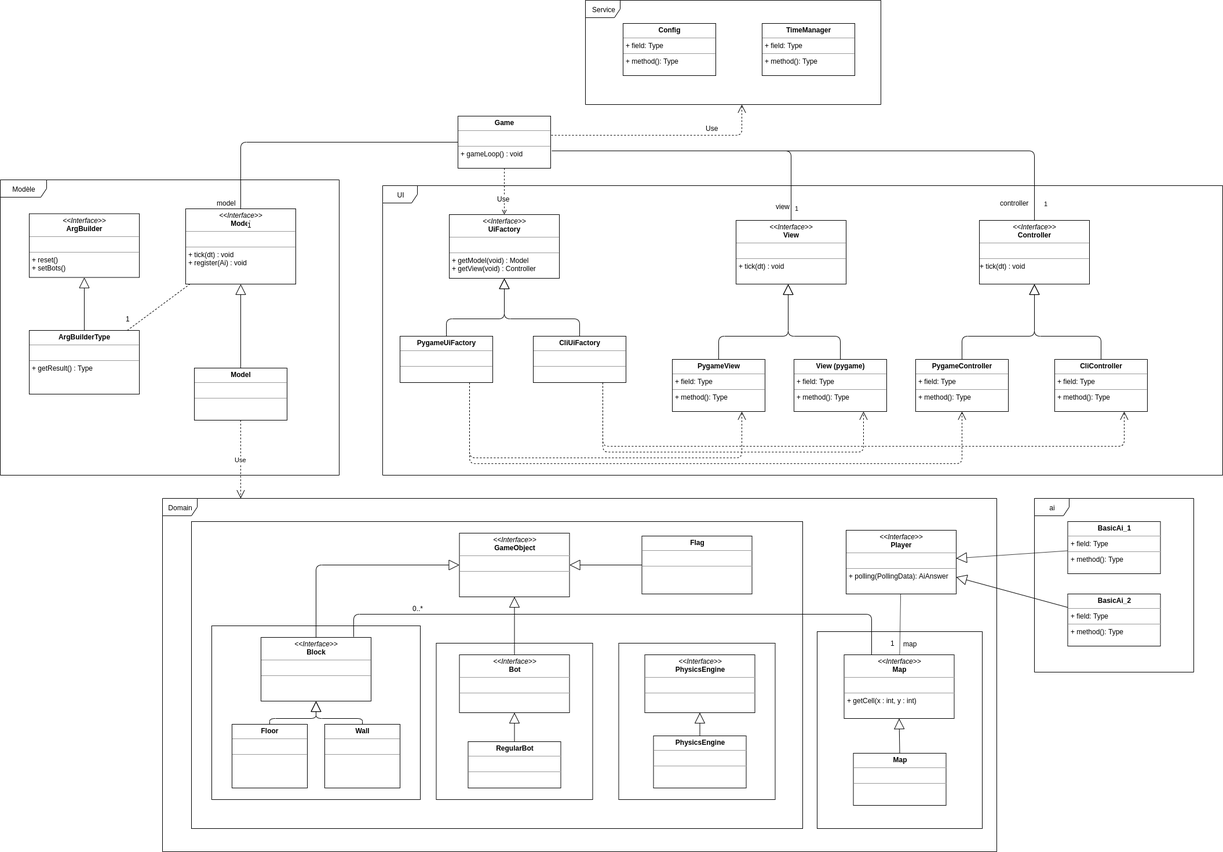
Above: organiz/architecture/first_draft.png in chocorion/ia-capture-the-flag (draw.io), before the change. Source tidied: cells renumbered, new cells last; positions are measured from the earlier drawing's top-left corner, leaving out a move shared by most shapes.
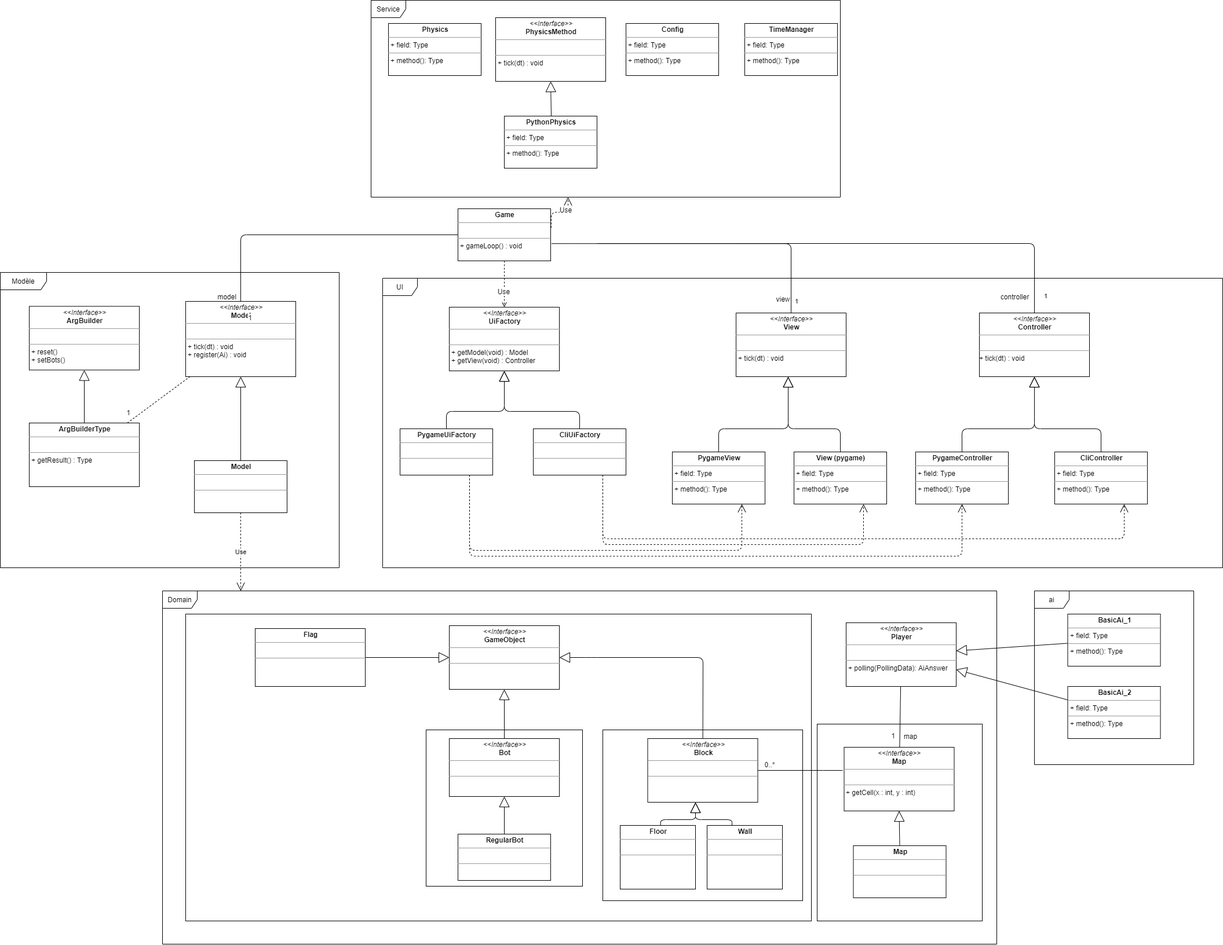
After the commit.

Commit message:
Update Architecture first draft

Diff of the diagram source:
```diff
@@ -6,7 +6,7 @@
       <mxGeometry x="280" y="860" width="1440" height="610" as="geometry" />
     </mxCell>
     <mxCell id="3" style="rounded=0;whiteSpace=wrap;html=1;" parent="1" vertex="1">
-      <mxGeometry x="330" y="900" width="1055" height="530" as="geometry" />
+      <mxGeometry x="320" y="900" width="1080" height="530" as="geometry" />
     </mxCell>
     <mxCell id="4" value="ai" style="shape=umlFrame;whiteSpace=wrap;html=1;" parent="1" vertex="1">
       <mxGeometry x="1785" y="860" width="275" height="300" as="geometry" />
@@ -15,16 +15,13 @@
       <mxGeometry x="1410" y="1090" width="285" height="340" as="geometry" />
     </mxCell>
     <mxCell id="6" style="rounded=0;whiteSpace=wrap;html=1;" parent="1" vertex="1">
-      <mxGeometry x="365" y="1080" width="360" height="300" as="geometry" />
+      <mxGeometry x="1040" y="1100" width="345" height="295" as="geometry" />
     </mxCell>
-    <mxCell id="7" style="whiteSpace=wrap;html=1;" parent="1" vertex="1">
-      <mxGeometry x="1067.5" y="1110" width="270" height="270" as="geometry" />
-    </mxCell>
     <mxCell id="8" value="Modèle" style="shape=umlFrame;whiteSpace=wrap;html=1;width=80;height=30;" parent="1" vertex="1">
       <mxGeometry y="310" width="585" height="510" as="geometry" />
     </mxCell>
     <mxCell id="9" style="whiteSpace=wrap;html=1;" parent="1" vertex="1">
-      <mxGeometry x="752.5" y="1110" width="270" height="270" as="geometry" />
+      <mxGeometry x="735" y="1100" width="270" height="270" as="geometry" />
     </mxCell>
     <mxCell id="10" value="UI" style="shape=umlFrame;whiteSpace=wrap;html=1;" parent="1" vertex="1">
       <mxGeometry x="660" y="320" width="1450" height="500" as="geometry" />
@@ -39,14 +36,11 @@
       <mxGeometry x="1270" y="380" width="190" height="110" as="geometry" />
     </mxCell>
     <mxCell id="14" value="&lt;p style=&quot;margin: 0px ; margin-top: 4px ; text-align: center&quot;&gt;&lt;i&gt;&amp;lt;&amp;lt;Interface&amp;gt;&amp;gt;&lt;/i&gt;&lt;br&gt;&lt;b&gt;Bot&lt;/b&gt;&lt;/p&gt;&lt;hr size=&quot;1&quot;&gt;&lt;br&gt;&lt;hr size=&quot;1&quot;&gt;&lt;p style=&quot;margin: 0px ; margin-left: 4px&quot;&gt;&lt;br&gt;&lt;/p&gt;" style="verticalAlign=top;align=left;overflow=fill;fontSize=12;fontFamily=Helvetica;html=1;" parent="1" vertex="1">
-      <mxGeometry x="792.5" y="1130" width="190" height="100" as="geometry" />
+      <mxGeometry x="775" y="1115" width="190" height="100" as="geometry" />
     </mxCell>
     <mxCell id="15" value="&lt;p style=&quot;margin: 0px ; margin-top: 4px ; text-align: center&quot;&gt;&lt;b&gt;Game&lt;/b&gt;&lt;/p&gt;&lt;hr size=&quot;1&quot;&gt;&lt;p style=&quot;margin: 0px ; margin-left: 4px&quot;&gt;&lt;br&gt;&lt;/p&gt;&lt;hr size=&quot;1&quot;&gt;&lt;p style=&quot;margin: 0px ; margin-left: 4px&quot;&gt;+ gameLoop() : void&lt;br&gt;&lt;/p&gt;" style="verticalAlign=top;align=left;overflow=fill;fontSize=12;fontFamily=Helvetica;html=1;" parent="1" vertex="1">
       <mxGeometry x="790" y="200" width="160" height="90" as="geometry" />
     </mxCell>
-    <mxCell id="16" value="&lt;p style=&quot;margin: 0px ; margin-top: 4px ; text-align: center&quot;&gt;&lt;i&gt;&amp;lt;&amp;lt;Interface&amp;gt;&amp;gt;&lt;/i&gt;&lt;br&gt;&lt;b&gt;PhysicsEngine&lt;/b&gt;&lt;/p&gt;&lt;hr size=&quot;1&quot;&gt;&lt;p style=&quot;margin: 0px ; margin-left: 4px&quot;&gt;&lt;br&gt;&lt;/p&gt;&lt;hr size=&quot;1&quot;&gt;&lt;p style=&quot;margin: 0px ; margin-left: 4px&quot;&gt;&lt;br&gt;&lt;/p&gt;" style="verticalAlign=top;align=left;overflow=fill;fontSize=12;fontFamily=Helvetica;html=1;" parent="1" vertex="1">
-      <mxGeometry x="1112.5" y="1130" width="190" height="100" as="geometry" />
-    </mxCell>
     <mxCell id="17" value="&lt;p style=&quot;margin: 0px ; margin-top: 4px ; text-align: center&quot;&gt;&lt;i&gt;&amp;lt;&amp;lt;Interface&amp;gt;&amp;gt;&lt;/i&gt;&lt;br&gt;&lt;b&gt;Map&lt;/b&gt;&lt;/p&gt;&lt;hr size=&quot;1&quot;&gt;&lt;p style=&quot;margin: 0px ; margin-left: 4px&quot;&gt;&lt;br&gt;&lt;/p&gt;&lt;hr size=&quot;1&quot;&gt;&lt;p style=&quot;margin: 0px ; margin-left: 4px&quot;&gt;+ getCell(x : int, y : int)&lt;br&gt;&lt;/p&gt;" style="verticalAlign=top;align=left;overflow=fill;fontSize=12;fontFamily=Helvetica;html=1;" parent="1" vertex="1">
       <mxGeometry x="1456.5" y="1130" width="190" height="110" as="geometry" />
     </mxCell>
@@ -97,16 +91,8 @@
         <mxPoint x="-10" y="-1" as="offset" />
       </mxGeometry>
     </mxCell>
-    <mxCell id="28" value="&lt;p style=&quot;margin: 0px ; margin-top: 4px ; text-align: center&quot;&gt;&lt;b&gt;PhysicsEngine&lt;/b&gt;&lt;br&gt;&lt;/p&gt;&lt;hr size=&quot;1&quot;&gt;&lt;p style=&quot;margin: 0px ; margin-left: 4px&quot;&gt;&lt;br&gt;&lt;/p&gt;&lt;hr size=&quot;1&quot;&gt;&lt;p style=&quot;margin: 0px ; margin-left: 4px&quot;&gt;&lt;br&gt;&lt;/p&gt;" style="verticalAlign=top;align=left;overflow=fill;fontSize=12;fontFamily=Helvetica;html=1;" parent="1" vertex="1">
-      <mxGeometry x="1127.5" y="1270" width="160" height="90" as="geometry" />
-    </mxCell>
-    <mxCell id="29" style="endArrow=block;endSize=16;endFill=0;html=1;entryX=0.5;entryY=1;entryDx=0;entryDy=0;exitX=0.5;exitY=0;exitDx=0;exitDy=0;" parent="1" edge="1" source="28" target="16">
-      <mxGeometry x="-0.1" y="40" relative="1" as="geometry">
-        <mxPoint y="1" as="offset" />
-      </mxGeometry>
-    </mxCell>
     <mxCell id="30" value="&lt;p style=&quot;margin: 0px ; margin-top: 4px ; text-align: center&quot;&gt;&lt;b&gt;RegularBot&lt;/b&gt;&lt;br&gt;&lt;/p&gt;&lt;hr size=&quot;1&quot;&gt;&lt;br&gt;&lt;hr size=&quot;1&quot;&gt;&lt;p style=&quot;margin: 0px ; margin-left: 4px&quot;&gt;&lt;br&gt;&lt;/p&gt;" style="verticalAlign=top;align=left;overflow=fill;fontSize=12;fontFamily=Helvetica;html=1;" parent="1" vertex="1">
-      <mxGeometry x="807.5" y="1280" width="160" height="80" as="geometry" />
+      <mxGeometry x="790" y="1280" width="160" height="80" as="geometry" />
     </mxCell>
     <mxCell id="31" value="&lt;p style=&quot;margin: 0px ; margin-top: 4px ; text-align: center&quot;&gt;&lt;b&gt;Map&lt;/b&gt;&lt;br&gt;&lt;/p&gt;&lt;hr size=&quot;1&quot;&gt;&lt;p style=&quot;margin: 0px ; margin-left: 4px&quot;&gt;&lt;br&gt;&lt;/p&gt;&lt;hr size=&quot;1&quot;&gt;&lt;p style=&quot;margin: 0px ; margin-left: 4px&quot;&gt;&lt;br&gt;&lt;/p&gt;" style="verticalAlign=top;align=left;overflow=fill;fontSize=12;fontFamily=Helvetica;html=1;" parent="1" vertex="1">
       <mxGeometry x="1472.5" y="1300" width="160" height="90" as="geometry" />
@@ -242,34 +228,35 @@
       </mxGeometry>
     </mxCell>
     <mxCell id="52" value="Service" style="shape=umlFrame;whiteSpace=wrap;html=1;" parent="1" vertex="1">
-      <mxGeometry x="1010" width="510" height="180" as="geometry" />
+      <mxGeometry x="640" y="-160" width="810" height="340" as="geometry" />
     </mxCell>
     <mxCell id="53" value="&lt;p style=&quot;margin: 0px ; margin-top: 4px ; text-align: center&quot;&gt;&lt;b&gt;Config&lt;/b&gt;&lt;/p&gt;&lt;hr size=&quot;1&quot;&gt;&lt;p style=&quot;margin: 0px ; margin-left: 4px&quot;&gt;+ field: Type&lt;/p&gt;&lt;hr size=&quot;1&quot;&gt;&lt;p style=&quot;margin: 0px ; margin-left: 4px&quot;&gt;+ method(): Type&lt;/p&gt;" style="verticalAlign=top;align=left;overflow=fill;fontSize=12;fontFamily=Helvetica;html=1;" parent="1" vertex="1">
-      <mxGeometry x="1075" y="40" width="160" height="90" as="geometry" />
+      <mxGeometry x="1080" y="-120" width="160" height="90" as="geometry" />
     </mxCell>
     <mxCell id="54" value="&lt;p style=&quot;margin: 0px ; margin-top: 4px ; text-align: center&quot;&gt;&lt;b&gt;TimeManager&lt;/b&gt;&lt;/p&gt;&lt;hr size=&quot;1&quot;&gt;&lt;p style=&quot;margin: 0px ; margin-left: 4px&quot;&gt;+ field: Type&lt;/p&gt;&lt;hr size=&quot;1&quot;&gt;&lt;p style=&quot;margin: 0px ; margin-left: 4px&quot;&gt;+ method(): Type&lt;/p&gt;" style="verticalAlign=top;align=left;overflow=fill;fontSize=12;fontFamily=Helvetica;html=1;" parent="1" vertex="1">
-      <mxGeometry x="1315" y="40" width="160" height="90" as="geometry" />
+      <mxGeometry x="1285" y="-120" width="160" height="90" as="geometry" />
     </mxCell>
     <mxCell id="55" value="&lt;br&gt;" style="endArrow=open;html=1;endSize=12;startArrow=none;startSize=14;startFill=0;edgeStyle=orthogonalEdgeStyle;align=left;verticalAlign=bottom;exitX=1.005;exitY=0.365;exitDx=0;exitDy=0;exitPerimeter=0;endFill=0;dashed=1;" parent="1" edge="1" source="15" target="52">
       <mxGeometry x="0.74" y="-15" relative="1" as="geometry">
         <Array as="points">
-          <mxPoint x="1280" y="233" />
+          <mxPoint x="951" y="206" />
+          <mxPoint x="980" y="206" />
         </Array>
       </mxGeometry>
     </mxCell>
     <mxCell id="56" value="Use" style="text;html=1;align=center;verticalAlign=middle;labelBackgroundColor=#ffffff;" parent="55" vertex="1">
       <mxGeometry x="0.47" y="3" relative="1" as="geometry">
-        <mxPoint x="-4" y="-9.5" as="offset" />
+        <mxPoint x="-2.1" y="-1.6" as="offset" />
       </mxGeometry>
     </mxCell>
     <mxCell id="57" value="&lt;p style=&quot;margin: 0px ; margin-top: 4px ; text-align: center&quot;&gt;&lt;i&gt;&amp;lt;&amp;lt;Interface&amp;gt;&amp;gt;&lt;/i&gt;&lt;br&gt;&lt;b&gt;Block&lt;/b&gt;&lt;/p&gt;&lt;hr size=&quot;1&quot;&gt;&lt;p style=&quot;margin: 0px ; margin-left: 4px&quot;&gt;&lt;br&gt;&lt;/p&gt;&lt;hr size=&quot;1&quot;&gt;&lt;p style=&quot;margin: 0px ; margin-left: 4px&quot;&gt;&lt;br&gt;&lt;br&gt;&lt;/p&gt;" style="verticalAlign=top;align=left;overflow=fill;fontSize=12;fontFamily=Helvetica;html=1;" parent="1" vertex="1">
-      <mxGeometry x="450" y="1100" width="190" height="110" as="geometry" />
+      <mxGeometry x="1117.5" y="1115" width="190" height="110" as="geometry" />
     </mxCell>
-    <mxCell id="58" style="endArrow=none;html=1;exitX=0.25;exitY=0;exitDx=0;exitDy=0;entryX=0.842;entryY=-0.009;entryDx=0;entryDy=0;entryPerimeter=0;" parent="1" edge="1" source="17" target="57">
+    <mxCell id="58" style="endArrow=none;html=1;entryX=1;entryY=0.5;entryDx=0;entryDy=0;" parent="1" edge="1" target="57">
       <mxGeometry relative="1" as="geometry">
+        <mxPoint x="1454" y="1170" as="sourcePoint" />
         <Array as="points">
-          <mxPoint x="1504" y="1060" />
-          <mxPoint x="610" y="1060" />
+          <mxPoint x="1410" y="1170" />
         </Array>
       </mxGeometry>
     </mxCell>
@@ -292,29 +279,11 @@
       </mxGeometry>
     </mxCell>
     <mxCell id="63" value="&lt;p style=&quot;margin: 0px ; margin-top: 4px ; text-align: center&quot;&gt;&lt;b&gt;Floor&lt;/b&gt;&lt;/p&gt;&lt;hr size=&quot;1&quot;&gt;&lt;p style=&quot;margin: 0px ; margin-left: 4px&quot;&gt;&lt;br&gt;&lt;/p&gt;&lt;hr size=&quot;1&quot;&gt;&lt;p style=&quot;margin: 0px ; margin-left: 4px&quot;&gt;&lt;br&gt;&lt;/p&gt;" style="verticalAlign=top;align=left;overflow=fill;fontSize=12;fontFamily=Helvetica;html=1;" parent="1" vertex="1">
-      <mxGeometry x="400" y="1250" width="130" height="110" as="geometry" />
+      <mxGeometry x="1070" y="1265" width="130" height="110" as="geometry" />
     </mxCell>
     <mxCell id="64" value="&lt;p style=&quot;margin: 0px ; margin-top: 4px ; text-align: center&quot;&gt;&lt;b&gt;Wall&lt;/b&gt;&lt;/p&gt;&lt;hr size=&quot;1&quot;&gt;&lt;p style=&quot;margin: 0px ; margin-left: 4px&quot;&gt;&lt;br&gt;&lt;/p&gt;&lt;hr size=&quot;1&quot;&gt;&lt;p style=&quot;margin: 0px ; margin-left: 4px&quot;&gt;&lt;br&gt;&lt;/p&gt;" style="verticalAlign=top;align=left;overflow=fill;fontSize=12;fontFamily=Helvetica;html=1;" parent="1" vertex="1">
-      <mxGeometry x="560" y="1250" width="130" height="110" as="geometry" />
+      <mxGeometry x="1220" y="1265" width="130" height="110" as="geometry" />
     </mxCell>
-    <mxCell id="65" style="endArrow=block;endSize=16;endFill=0;html=1;entryX=0.5;entryY=1;entryDx=0;entryDy=0;exitX=0.5;exitY=0;exitDx=0;exitDy=0;" parent="1" edge="1" source="64" target="57">
-      <mxGeometry x="-0.1" y="40" relative="1" as="geometry">
-        <Array as="points">
-          <mxPoint x="625" y="1240" />
-          <mxPoint x="545" y="1240" />
-        </Array>
-        <mxPoint y="1" as="offset" />
-      </mxGeometry>
-    </mxCell>
-    <mxCell id="66" style="endArrow=block;endSize=16;endFill=0;html=1;entryX=0.5;entryY=1;entryDx=0;entryDy=0;exitX=0.5;exitY=0;exitDx=0;exitDy=0;" parent="1" edge="1" source="63" target="57">
-      <mxGeometry x="-0.1" y="40" relative="1" as="geometry">
-        <Array as="points">
-          <mxPoint x="465" y="1240" />
-          <mxPoint x="545" y="1240" />
-        </Array>
-        <mxPoint y="1" as="offset" />
-      </mxGeometry>
-    </mxCell>
     <mxCell id="67" value="Use" style="endArrow=open;endSize=12;dashed=1;html=1;exitX=0.5;exitY=1;exitDx=0;exitDy=0;" parent="1" edge="1" source="18" target="2">
       <mxGeometry relative="1" as="geometry">
         <Array as="points">
@@ -367,7 +336,7 @@
       </mxGeometry>
     </mxCell>
     <mxCell id="78" value="&lt;p style=&quot;margin: 0px ; margin-top: 4px ; text-align: center&quot;&gt;&lt;i&gt;&amp;lt;&amp;lt;Interface&amp;gt;&amp;gt;&lt;/i&gt;&lt;br&gt;&lt;b&gt;GameObject&lt;/b&gt;&lt;/p&gt;&lt;hr size=&quot;1&quot;&gt;&lt;p style=&quot;margin: 0px ; margin-left: 4px&quot;&gt;&lt;br&gt;&lt;/p&gt;&lt;hr size=&quot;1&quot;&gt;&lt;p style=&quot;margin: 0px ; margin-left: 4px&quot;&gt;&lt;br&gt;&lt;br&gt;&lt;/p&gt;" style="verticalAlign=top;align=left;overflow=fill;fontSize=12;fontFamily=Helvetica;html=1;" parent="1" vertex="1">
-      <mxGeometry x="792.5" y="920" width="190" height="110" as="geometry" />
+      <mxGeometry x="775" y="920" width="190" height="110" as="geometry" />
     </mxCell>
     <mxCell id="79" style="endArrow=block;endSize=16;endFill=0;html=1;" parent="1" edge="1" source="14" target="78">
       <mxGeometry x="-0.1" y="40" relative="1" as="geometry">
@@ -377,18 +346,56 @@
     <mxCell id="80" style="endArrow=block;endSize=16;endFill=0;html=1;" parent="1" edge="1" source="57" target="78">
       <mxGeometry x="-0.1" y="40" relative="1" as="geometry">
         <Array as="points">
-          <mxPoint x="545" y="975" />
+          <mxPoint x="1213" y="975" />
+          <mxPoint x="1020" y="975" />
         </Array>
         <mxPoint y="1" as="offset" />
       </mxGeometry>
     </mxCell>
     <mxCell id="81" value="&lt;p style=&quot;margin: 0px ; margin-top: 4px ; text-align: center&quot;&gt;&lt;b&gt;Flag&lt;/b&gt;&lt;/p&gt;&lt;hr size=&quot;1&quot;&gt;&lt;p style=&quot;margin: 0px ; margin-left: 4px&quot;&gt;&lt;br&gt;&lt;/p&gt;&lt;hr size=&quot;1&quot;&gt;&lt;p style=&quot;margin: 0px ; margin-left: 4px&quot;&gt;&lt;br&gt;&lt;/p&gt;" style="verticalAlign=top;align=left;overflow=fill;fontSize=12;fontFamily=Helvetica;html=1;" parent="1" vertex="1">
-      <mxGeometry x="1107.5" y="925" width="190" height="100" as="geometry" />
+      <mxGeometry x="440" y="925" width="190" height="100" as="geometry" />
     </mxCell>
     <mxCell id="82" style="endArrow=block;endSize=16;endFill=0;html=1;" parent="1" edge="1" source="81" target="78">
       <mxGeometry x="-0.1" y="40" relative="1" as="geometry">
         <mxPoint y="1" as="offset" />
       </mxGeometry>
     </mxCell>
+    <mxCell id="83" value="&lt;p style=&quot;margin: 0px ; margin-top: 4px ; text-align: center&quot;&gt;&lt;b&gt;PythonPhysics&lt;/b&gt;&lt;/p&gt;&lt;hr size=&quot;1&quot;&gt;&lt;p style=&quot;margin: 0px ; margin-left: 4px&quot;&gt;+ field: Type&lt;/p&gt;&lt;hr size=&quot;1&quot;&gt;&lt;p style=&quot;margin: 0px ; margin-left: 4px&quot;&gt;+ method(): Type&lt;/p&gt;" style="verticalAlign=top;align=left;overflow=fill;fontSize=12;fontFamily=Helvetica;html=1;" parent="1" vertex="1">
+      <mxGeometry x="870" y="40" width="160" height="90" as="geometry" />
+    </mxCell>
+    <mxCell id="84" value="&lt;p style=&quot;margin: 0px ; margin-top: 4px ; text-align: center&quot;&gt;&lt;i&gt;&amp;lt;&amp;lt;Interface&amp;gt;&amp;gt;&lt;/i&gt;&lt;br&gt;&lt;b&gt;PhysicsMethod&lt;/b&gt;&lt;/p&gt;&lt;hr size=&quot;1&quot;&gt;&lt;p style=&quot;margin: 0px ; margin-left: 4px&quot;&gt;&lt;br&gt;&lt;/p&gt;&lt;hr size=&quot;1&quot;&gt;&lt;p style=&quot;margin: 0px ; margin-left: 4px&quot;&gt;+ tick(dt) : void&lt;br&gt;&lt;/p&gt;" style="verticalAlign=top;align=left;overflow=fill;fontSize=12;fontFamily=Helvetica;html=1;" parent="1" vertex="1">
+      <mxGeometry x="855" y="-130" width="190" height="110" as="geometry" />
+    </mxCell>
+    <mxCell id="85" style="endArrow=block;endSize=16;endFill=0;html=1;entryX=0.5;entryY=1;entryDx=0;entryDy=0;exitX=0.5;exitY=0;exitDx=0;exitDy=0;" parent="1" edge="1">
+      <mxGeometry x="-0.1" y="40" relative="1" as="geometry">
+        <mxPoint x="951" y="40" as="sourcePoint" />
+        <mxPoint x="950" y="-20" as="targetPoint" />
+        <mxPoint y="1" as="offset" />
+      </mxGeometry>
+    </mxCell>
+    <mxCell id="86" value="&lt;p style=&quot;margin: 0px ; margin-top: 4px ; text-align: center&quot;&gt;&lt;b&gt;Physics&lt;/b&gt;&lt;/p&gt;&lt;hr size=&quot;1&quot;&gt;&lt;p style=&quot;margin: 0px ; margin-left: 4px&quot;&gt;+ field: Type&lt;/p&gt;&lt;hr size=&quot;1&quot;&gt;&lt;p style=&quot;margin: 0px ; margin-left: 4px&quot;&gt;+ method(): Type&lt;/p&gt;" style="verticalAlign=top;align=left;overflow=fill;fontSize=12;fontFamily=Helvetica;html=1;" parent="1" vertex="1">
+      <mxGeometry x="670" y="-120" width="160" height="90" as="geometry" />
+    </mxCell>
+    <mxCell id="87" style="endArrow=block;endSize=16;endFill=0;html=1;exitX=0.535;exitY=-0.003;exitDx=0;exitDy=0;exitPerimeter=0;" parent="1" edge="1" source="63">
+      <mxGeometry x="-0.1" y="40" relative="1" as="geometry">
+        <mxPoint x="1200" y="1225" as="targetPoint" />
+        <Array as="points">
+          <mxPoint x="1140" y="1255" />
+          <mxPoint x="1200" y="1255" />
+        </Array>
+        <mxPoint y="1" as="offset" />
+      </mxGeometry>
+    </mxCell>
+    <mxCell id="88" style="endArrow=block;endSize=16;endFill=0;html=1;" parent="1" edge="1">
+      <mxGeometry x="-0.1" y="40" relative="1" as="geometry">
+        <mxPoint x="1263" y="1265" as="sourcePoint" />
+        <mxPoint x="1200" y="1225" as="targetPoint" />
+        <Array as="points">
+          <mxPoint x="1263" y="1255" />
+          <mxPoint x="1200" y="1255" />
+        </Array>
+        <mxPoint y="1" as="offset" />
+      </mxGeometry>
+    </mxCell>
   </root>
 </mxGraphModel>
```
